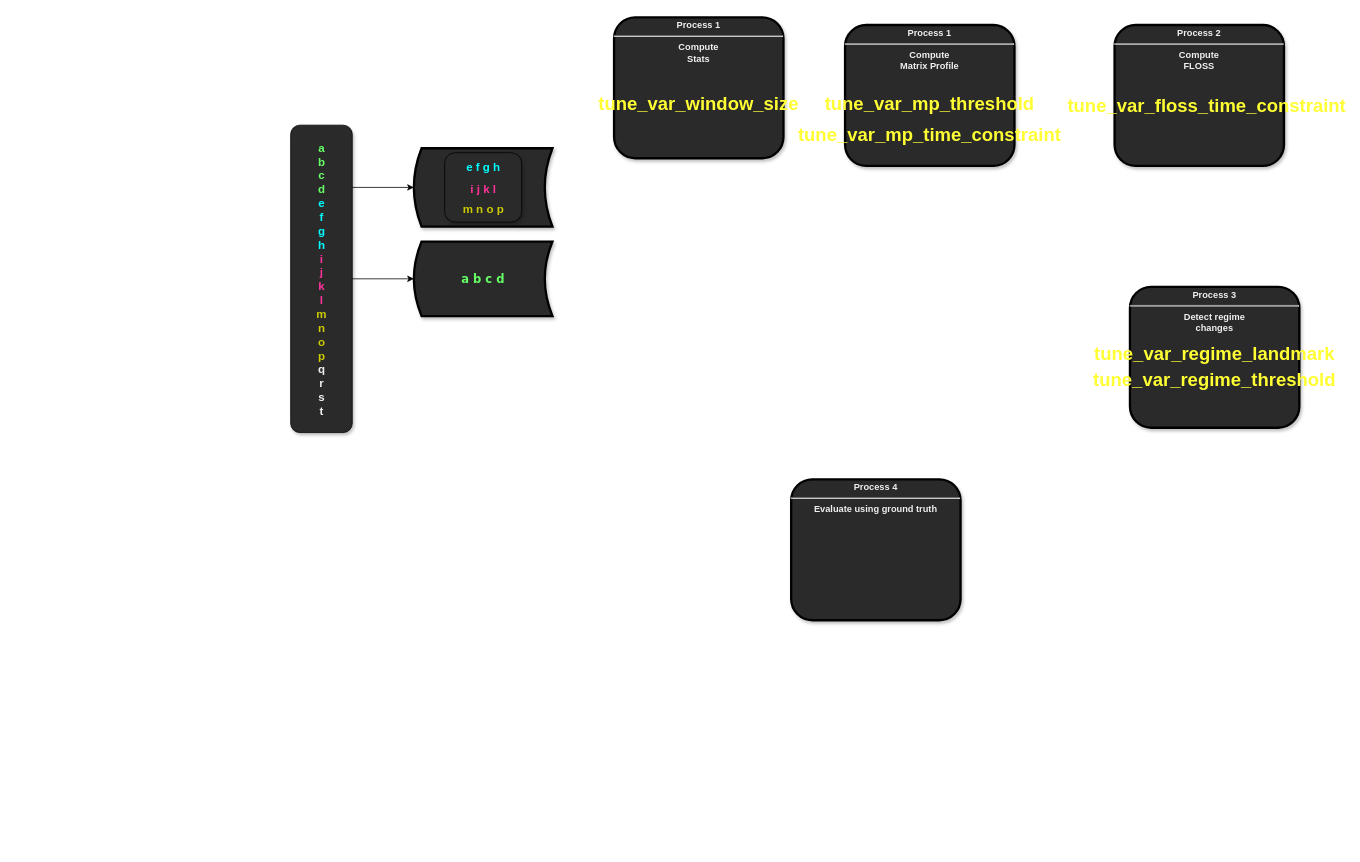
The draw.io diagram page "Copy of Regime Detection Score" (3 of 7) of flowcharts/false.alarm-workflow.drawio in franzbischoff/false.alarm, before the edit. Source tidied: cells renumbered, new cells numbered last; positions are measured from the earlier drawing's top-left corner, leaving out a move shared by most shapes. Both pictures are drawn from the tidied source at 77%, with x=0, y=0 at pixel (290, 17).
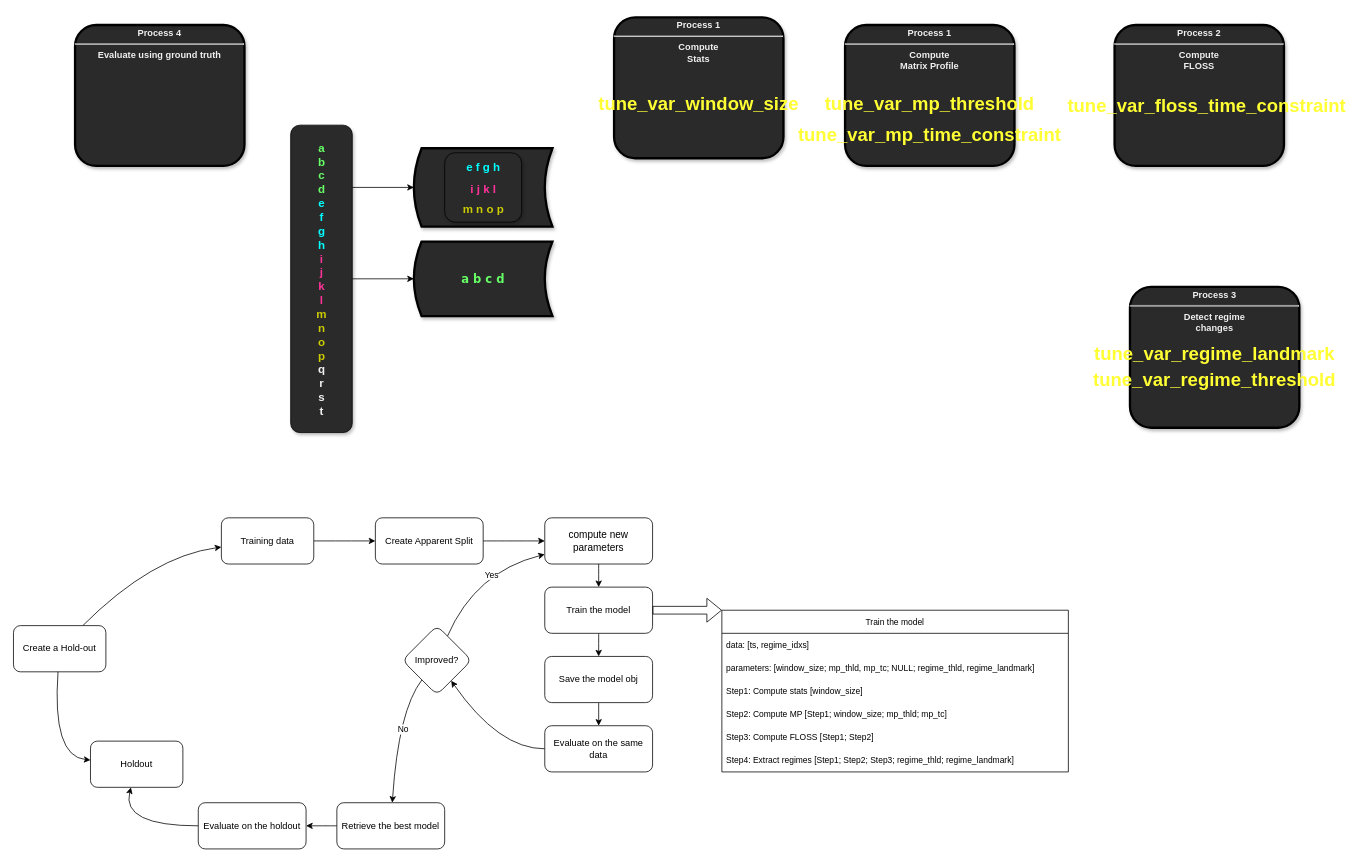
The same page after the edit.

The edit, as a diff of the source:
```diff
@@
     <mxCell id="2" value="&lt;p style=&quot;margin: 4px 0px 0px&quot;&gt;Process 4&lt;/p&gt;&lt;hr&gt;Evaluate using ground truth&lt;br&gt;&lt;p&gt;&lt;/p&gt;" style="verticalAlign=middle;align=center;overflow=fill;fontSize=12;fontFamily=Helvetica;html=1;rounded=1;fontStyle=1;strokeWidth=3;spacing=2;spacingTop=0;spacingLeft=0;spacingRight=0;whiteSpace=wrap;fontColor=#F0F0F0;fillColor=#2A2A2A;shadow=1;sketch=0;" parent="1" vertex="1">
-      <mxGeometry x="650" y="600" width="220" height="183" as="geometry" />
+      <mxGeometry x="-280" y="10" width="220" height="183" as="geometry" />
     </mxCell>
@@
+    <mxCell id="26" style="edgeStyle=none;shape=connector;html=1;labelBackgroundColor=default;fontFamily=Helvetica;fontSize=11;fontColor=default;endArrow=classic;strokeColor=default;curved=1;" parent="1" edge="1" source="27" target="31">
+      <mxGeometry relative="1" as="geometry">
+        <Array as="points">
+          <mxPoint x="-180" y="700" />
+        </Array>
+      </mxGeometry>
+    </mxCell>
+    <mxCell id="27" value="Create a Hold-out" style="rounded=1;whiteSpace=wrap;html=1;" parent="1" vertex="1">
+      <mxGeometry x="-360" y="790" width="120" height="60" as="geometry" />
+    </mxCell>
+    <mxCell id="28" value="Holdout" style="rounded=1;whiteSpace=wrap;html=1;" parent="1" vertex="1">
+      <mxGeometry x="-260" y="940" width="120" height="60" as="geometry" />
+    </mxCell>
+    <mxCell id="29" style="curved=1;endArrow=classic;html=1;rounded=1;labelBackgroundColor=default;fontFamily=Helvetica;fontSize=11;fontColor=default;strokeColor=default;shape=connector;" parent="1" edge="1" source="27" target="28">
+      <mxGeometry relative="1" as="geometry">
+        <Array as="points">
+          <mxPoint x="-310" y="960" />
+        </Array>
+      </mxGeometry>
+    </mxCell>
+    <mxCell id="30" style="edgeStyle=none;shape=connector;curved=1;rounded=1;html=1;labelBackgroundColor=default;fontFamily=Helvetica;fontSize=11;fontColor=default;endArrow=classic;strokeColor=default;entryX=0;entryY=0.5;entryDx=0;entryDy=0;" parent="1" edge="1" source="31" target="33">
+      <mxGeometry relative="1" as="geometry">
+        <Array as="points">
+          <mxPoint x="50" y="680" />
+        </Array>
+      </mxGeometry>
+    </mxCell>
+    <mxCell id="31" value="Training data" style="rounded=1;whiteSpace=wrap;html=1;" parent="1" vertex="1">
+      <mxGeometry x="-90" y="650" width="120" height="60" as="geometry" />
+    </mxCell>
+    <mxCell id="32" style="edgeStyle=none;shape=connector;curved=1;rounded=1;html=1;labelBackgroundColor=default;fontFamily=Helvetica;fontSize=11;fontColor=default;endArrow=classic;strokeColor=default;" parent="1" edge="1" source="33" target="41">
+      <mxGeometry relative="1" as="geometry" />
+    </mxCell>
+    <mxCell id="33" value="Create Apparent Split" style="rounded=1;whiteSpace=wrap;html=1;" parent="1" vertex="1">
+      <mxGeometry x="110" y="650" width="140" height="60" as="geometry" />
+    </mxCell>
+    <mxCell id="34" style="edgeStyle=none;shape=connector;curved=1;rounded=1;html=1;labelBackgroundColor=default;fontFamily=Helvetica;fontSize=11;fontColor=default;endArrow=classic;strokeColor=default;" parent="1" edge="1" source="35" target="37">
+      <mxGeometry relative="1" as="geometry" />
+    </mxCell>
+    <mxCell id="35" value="Train the model" style="rounded=1;whiteSpace=wrap;html=1;" parent="1" vertex="1">
+      <mxGeometry x="330" y="740" width="140" height="60" as="geometry" />
+    </mxCell>
+    <mxCell id="36" style="edgeStyle=none;shape=connector;curved=1;rounded=1;html=1;labelBackgroundColor=default;fontFamily=Helvetica;fontSize=11;fontColor=default;endArrow=classic;strokeColor=default;" parent="1" edge="1" source="37" target="39">
+      <mxGeometry relative="1" as="geometry" />
+    </mxCell>
+    <mxCell id="37" value="Save the model obj" style="rounded=1;whiteSpace=wrap;html=1;" parent="1" vertex="1">
+      <mxGeometry x="330" y="830" width="140" height="60" as="geometry" />
+    </mxCell>
+    <mxCell id="38" style="edgeStyle=none;shape=connector;curved=1;rounded=1;html=1;labelBackgroundColor=default;fontFamily=Helvetica;fontSize=11;fontColor=default;endArrow=classic;strokeColor=default;" parent="1" edge="1" source="39" target="46">
+      <mxGeometry relative="1" as="geometry">
+        <Array as="points">
+          <mxPoint x="270" y="950" />
+        </Array>
+      </mxGeometry>
+    </mxCell>
+    <mxCell id="39" value="Evaluate on the same data" style="rounded=1;whiteSpace=wrap;html=1;" parent="1" vertex="1">
+      <mxGeometry x="330" y="920" width="140" height="60" as="geometry" />
+    </mxCell>
+    <mxCell id="40" style="edgeStyle=none;shape=connector;curved=1;rounded=1;html=1;entryX=0.5;entryY=0;entryDx=0;entryDy=0;labelBackgroundColor=default;fontFamily=Helvetica;fontSize=11;fontColor=default;endArrow=classic;strokeColor=default;" parent="1" edge="1" source="41" target="35">
+      <mxGeometry relative="1" as="geometry" />
+    </mxCell>
+    <mxCell id="41" value="compute new parameters" style="rounded=1;whiteSpace=wrap;html=1;fontSize=13;" parent="1" vertex="1">
+      <mxGeometry x="330" y="650" width="140" height="60" as="geometry" />
+    </mxCell>
+    <mxCell id="42" style="edgeStyle=none;shape=connector;curved=1;rounded=1;html=1;labelBackgroundColor=default;fontFamily=Helvetica;fontSize=11;fontColor=default;endArrow=classic;strokeColor=default;" parent="1" edge="1" source="46" target="41">
+      <mxGeometry relative="1" as="geometry">
+        <Array as="points">
+          <mxPoint x="240" y="720" />
+        </Array>
+      </mxGeometry>
+    </mxCell>
+    <mxCell id="43" value="Yes" style="edgeLabel;html=1;align=center;verticalAlign=middle;fontSize=11;fontFamily=Helvetica;fontColor=default;" parent="42" vertex="1">
+      <mxGeometry x="0.23" y="-1" relative="1" as="geometry">
+        <mxPoint x="-1" y="8" as="offset" />
+      </mxGeometry>
+    </mxCell>
+    <mxCell id="44" style="edgeStyle=none;shape=connector;curved=1;rounded=1;html=1;labelBackgroundColor=default;fontFamily=Helvetica;fontSize=11;fontColor=default;endArrow=classic;strokeColor=default;" parent="1" edge="1" source="46" target="48">
+      <mxGeometry relative="1" as="geometry">
+        <Array as="points">
+          <mxPoint x="140" y="900" />
+        </Array>
+      </mxGeometry>
+    </mxCell>
+    <mxCell id="45" value="No" style="edgeLabel;html=1;align=center;verticalAlign=middle;fontSize=11;fontFamily=Helvetica;fontColor=default;" parent="44" vertex="1">
+      <mxGeometry x="-0.22" y="-38" relative="1" as="geometry">
+        <mxPoint x="44" y="11" as="offset" />
+      </mxGeometry>
+    </mxCell>
+    <mxCell id="46" value="Improved?" style="rhombus;whiteSpace=wrap;html=1;rounded=1;" parent="1" vertex="1">
+      <mxGeometry x="145" y="790" width="90" height="90" as="geometry" />
+    </mxCell>
+    <mxCell id="47" style="edgeStyle=none;shape=connector;curved=1;rounded=1;html=1;labelBackgroundColor=default;fontFamily=Helvetica;fontSize=11;fontColor=default;endArrow=classic;strokeColor=default;" parent="1" edge="1" source="48" target="50">
+      <mxGeometry relative="1" as="geometry" />
+    </mxCell>
+    <mxCell id="48" value="Retrieve the best model" style="rounded=1;whiteSpace=wrap;html=1;" parent="1" vertex="1">
+      <mxGeometry x="60" y="1020" width="140" height="60" as="geometry" />
+    </mxCell>
+    <mxCell id="49" style="edgeStyle=none;shape=connector;curved=1;rounded=1;html=1;labelBackgroundColor=default;fontFamily=Helvetica;fontSize=11;fontColor=default;endArrow=classic;strokeColor=default;" parent="1" edge="1" source="50" target="28">
+      <mxGeometry relative="1" as="geometry">
+        <Array as="points">
+          <mxPoint x="-220" y="1050" />
+        </Array>
+      </mxGeometry>
+    </mxCell>
+    <mxCell id="50" value="Evaluate on the holdout" style="rounded=1;whiteSpace=wrap;html=1;" parent="1" vertex="1">
+      <mxGeometry x="-120" y="1020" width="140" height="60" as="geometry" />
+    </mxCell>
+    <mxCell id="51" value="Train the model" style="swimlane;fontStyle=0;horizontal=1;startSize=30;fontFamily=Helvetica;fontSize=11;fontColor=default;" parent="1" vertex="1">
+      <mxGeometry x="560" y="770" width="450" height="210" as="geometry" />
+    </mxCell>
+    <mxCell id="52" value="data: [ts, regime_idxs]" style="text;strokeColor=none;fillColor=none;align=left;verticalAlign=middle;spacingLeft=4;spacingRight=4;overflow=hidden;fontFamily=Helvetica;fontSize=11;fontColor=default;" parent="51" vertex="1">
+      <mxGeometry y="30" width="450" height="30" as="geometry" />
+    </mxCell>
+    <mxCell id="53" value="parameters: [window_size; mp_thld, mp_tc; NULL; regime_thld, regime_landmark]" style="text;strokeColor=none;fillColor=none;align=left;verticalAlign=middle;spacingLeft=4;spacingRight=4;overflow=hidden;fontFamily=Helvetica;fontSize=11;fontColor=default;" parent="51" vertex="1">
+      <mxGeometry y="60" width="450" height="30" as="geometry" />
+    </mxCell>
+    <mxCell id="54" value="Step1: Compute stats [window_size]" style="text;strokeColor=none;fillColor=none;align=left;verticalAlign=middle;spacingLeft=4;spacingRight=4;overflow=hidden;fontFamily=Helvetica;fontSize=11;fontColor=default;" parent="51" vertex="1">
+      <mxGeometry y="90" width="450" height="30" as="geometry" />
+    </mxCell>
+    <mxCell id="55" value="Step2: Compute MP [Step1; window_size; mp_thld; mp_tc]" style="text;strokeColor=none;fillColor=none;align=left;verticalAlign=middle;spacingLeft=4;spacingRight=4;overflow=hidden;fontFamily=Helvetica;fontSize=11;fontColor=default;" parent="51" vertex="1">
+      <mxGeometry y="120" width="450" height="30" as="geometry" />
+    </mxCell>
+    <mxCell id="56" value="Step3: Compute FLOSS [Step1; Step2]" style="text;strokeColor=none;fillColor=none;align=left;verticalAlign=middle;spacingLeft=4;spacingRight=4;overflow=hidden;fontFamily=Helvetica;fontSize=11;fontColor=default;" parent="51" vertex="1">
+      <mxGeometry y="150" width="450" height="30" as="geometry" />
+    </mxCell>
+    <mxCell id="57" value="Step4: Extract regimes [Step1; Step2; Step3; regime_thld; regime_landmark]" style="text;strokeColor=none;fillColor=none;align=left;verticalAlign=middle;spacingLeft=4;spacingRight=4;overflow=hidden;fontFamily=Helvetica;fontSize=11;fontColor=default;" parent="51" vertex="1">
+      <mxGeometry y="180" width="450" height="30" as="geometry" />
+    </mxCell>
+    <mxCell id="58" style="shape=flexArrow;endArrow=classic;html=1;rounded=1;labelBackgroundColor=default;fontFamily=Helvetica;fontSize=11;fontColor=default;strokeColor=default;curved=1;entryX=0;entryY=0;entryDx=0;entryDy=0;" parent="1" edge="1" source="35" target="51">
+      <mxGeometry relative="1" as="geometry" />
+    </mxCell>
```
